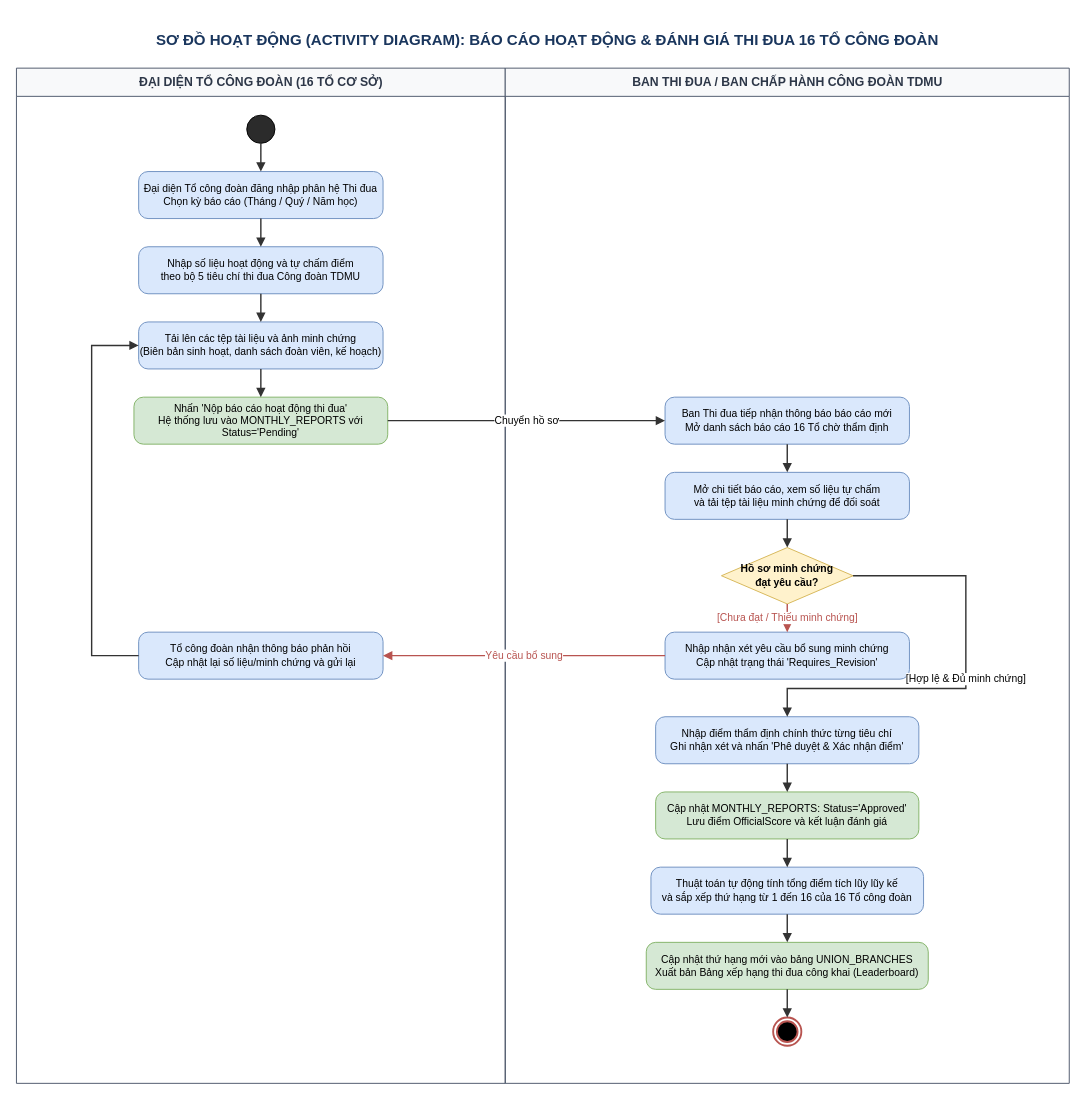
The draw.io diagram docs/diagrams/AD3_Quy_trinh_Thi_dua_16_To.drawio in t5ry7y88889/CongDoanTDMU, before the edit. Source tidied: cells renumbered, new cells numbered last; positions are measured from the earlier drawing's top-left corner, leaving out a move shared by most shapes. Both pictures are drawn from the tidied source at 94%, with x=0, y=0 at pixel (16, 21).
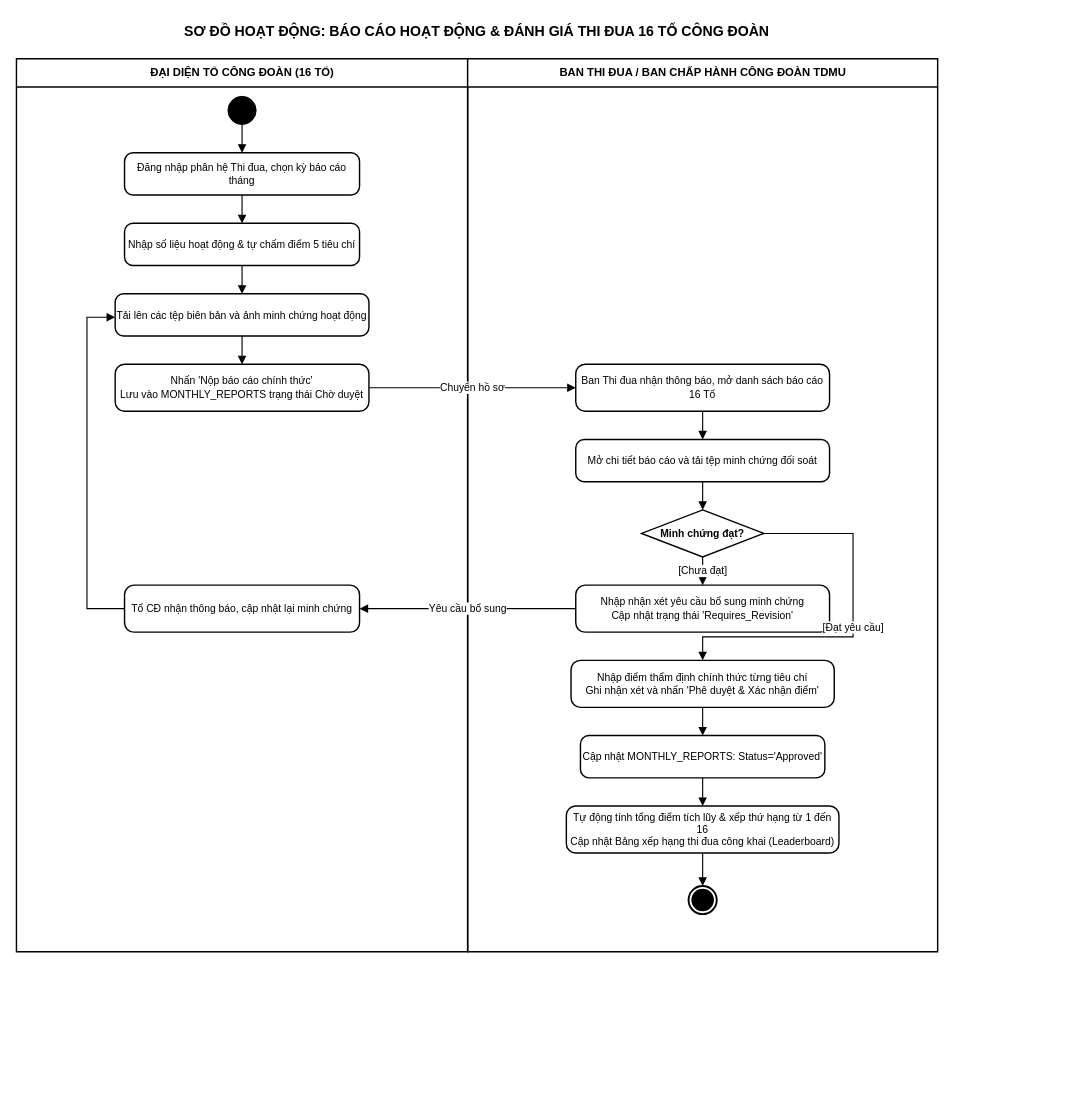
The same diagram, later.

Commit message (it also covers changes not shown here):
docs: chuan hoa 4 so do tuan tu va 4 so do hoat dong sang chuan trang den hoc thuat Draw.io

What changed in the source:
```diff
@@
-    <mxCell id="2" value="SƠ ĐỒ HOẠT ĐỘNG (ACTIVITY DIAGRAM): BÁO CÁO HOẠT ĐỘNG &amp; ĐÁNH GIÁ THI ĐUA 16 TỔ CÔNG ĐOÀN" style="text;html=1;strokeColor=none;fillColor=none;align=center;verticalAlign=middle;whiteSpace=wrap;rounded=0;fontStyle=1;fontSize=16;fontColor=#1a365d;" parent="1" vertex="1">
-      <mxGeometry x="90" width="950" height="40" as="geometry" />
+    <mxCell id="2" value="SƠ ĐỒ HOẠT ĐỘNG: BÁO CÁO HOẠT ĐỘNG &amp; ĐÁNH GIÁ THI ĐUA 16 TỔ CÔNG ĐOÀN" style="text;html=1;strokeColor=none;fillColor=none;align=center;verticalAlign=middle;whiteSpace=wrap;fontStyle=1;fontSize=15;fontColor=#000000;fontFamily=Arial;" parent="1" vertex="1">
+      <mxGeometry x="90" y="-5" width="800" height="30" as="geometry" />
     </mxCell>
-    <mxCell id="3" value="ĐẠI DIỆN TỔ CÔNG ĐOÀN (16 TỔ CƠ SỞ)" style="swimlane;html=1;startSize=30;rounded=0;fillColor=#f8f9fa;strokeColor=#4a5568;fontStyle=1;fontSize=13;fontColor=#2d3748;" parent="1" vertex="1">
-      <mxGeometry y="50" width="520" height="1080" as="geometry" />
+    <mxCell id="3" value="ĐẠI DIỆN TỔ CÔNG ĐOÀN (16 TỔ)" style="swimlane;html=1;startSize=30;rounded=0;fillColor=#ffffff;strokeColor=#000000;strokeWidth=1.5;fontStyle=1;fontSize=12;fontColor=#000000;fontFamily=Arial;" parent="1" vertex="1">
+      <mxGeometry y="40" width="480" height="950" as="geometry" />
     </mxCell>
-    <mxCell id="4" value="BAN THI ĐUA / BAN CHẤP HÀNH CÔNG ĐOÀN TDMU" style="swimlane;html=1;startSize=30;rounded=0;fillColor=#f8f9fa;strokeColor=#4a5568;fontStyle=1;fontSize=13;fontColor=#2d3748;" parent="1" vertex="1">
-      <mxGeometry x="520" y="50" width="600" height="1080" as="geometry" />
+    <mxCell id="4" value="BAN THI ĐUA / BAN CHẤP HÀNH CÔNG ĐOÀN TDMU" style="swimlane;html=1;startSize=30;rounded=0;fillColor=#ffffff;strokeColor=#000000;strokeWidth=1.5;fontStyle=1;fontSize=12;fontColor=#000000;fontFamily=Arial;" parent="1" vertex="1">
+      <mxGeometry x="480" y="40" width="500" height="950" as="geometry" />
     </mxCell>
-    <mxCell id="5" style="ellipse;whiteSpace=wrap;html=1;fillColor=#2b2b2b;strokeColor=#000000;" parent="1" vertex="1">
-      <mxGeometry x="245" y="100" width="30" height="30" as="geometry" />
+    <mxCell id="5" style="ellipse;whiteSpace=wrap;html=1;fillColor=#000000;strokeColor=#000000;" parent="1" vertex="1">
+      <mxGeometry x="225" y="80" width="30" height="30" as="geometry" />
     </mxCell>
-    <mxCell id="6" value="Đại diện Tổ công đoàn đăng nhập phân hệ Thi đua&lt;br&gt;Chọn kỳ báo cáo (Tháng / Quý / Năm học)" style="rounded=1;whiteSpace=wrap;html=1;arcSize=20;fillColor=#dae8fc;strokeColor=#6c8ebf;fontStyle=0;fontSize=11;" parent="1" vertex="1">
-      <mxGeometry x="130" y="160" width="260" height="50" as="geometry" />
+    <mxCell id="6" value="Đăng nhập phân hệ Thi đua, chọn kỳ báo cáo tháng" style="rounded=1;whiteSpace=wrap;html=1;arcSize=20;fillColor=#ffffff;strokeColor=#000000;strokeWidth=1.5;fontStyle=0;fontSize=11;fontColor=#000000;fontFamily=Arial;" parent="1" vertex="1">
+      <mxGeometry x="115" y="140" width="250" height="45" as="geometry" />
     </mxCell>
-    <mxCell id="7" style="edgeStyle=orthogonalEdgeStyle;rounded=0;jettySize=auto;html=1;endArrow=block;endFill=1;strokeWidth=1.5;strokeColor=#333333;fontSize=11;" parent="1" edge="1" source="5" target="6">
+    <mxCell id="7" style="edgeStyle=orthogonalEdgeStyle;rounded=0;jettySize=auto;html=1;endArrow=block;endFill=1;strokeWidth=1.2;strokeColor=#000000;fontSize=11;fontColor=#000000;fontFamily=Arial;" parent="1" edge="1" source="5" target="6">
       <mxGeometry relative="1" as="geometry" />
     </mxCell>
-    <mxCell id="8" value="Nhập số liệu hoạt động và tự chấm điểm&lt;br&gt;theo bộ 5 tiêu chí thi đua Công đoàn TDMU" style="rounded=1;whiteSpace=wrap;html=1;arcSize=20;fillColor=#dae8fc;strokeColor=#6c8ebf;fontStyle=0;fontSize=11;" parent="1" vertex="1">
-      <mxGeometry x="130" y="240" width="260" height="50" as="geometry" />
+    <mxCell id="8" value="Nhập số liệu hoạt động &amp; tự chấm điểm 5 tiêu chí" style="rounded=1;whiteSpace=wrap;html=1;arcSize=20;fillColor=#ffffff;strokeColor=#000000;strokeWidth=1.5;fontStyle=0;fontSize=11;fontColor=#000000;fontFamily=Arial;" parent="1" vertex="1">
+      <mxGeometry x="115" y="215" width="250" height="45" as="geometry" />
     </mxCell>
-    <mxCell id="9" style="edgeStyle=orthogonalEdgeStyle;rounded=0;jettySize=auto;html=1;endArrow=block;endFill=1;strokeWidth=1.5;strokeColor=#333333;fontSize=11;" parent="1" edge="1" source="6" target="8">
+    <mxCell id="9" style="edgeStyle=orthogonalEdgeStyle;rounded=0;jettySize=auto;html=1;endArrow=block;endFill=1;strokeWidth=1.2;strokeColor=#000000;fontSize=11;fontColor=#000000;fontFamily=Arial;" parent="1" edge="1" source="6" target="8">
       <mxGeometry relative="1" as="geometry" />
     </mxCell>
-    <mxCell id="10" value="Tải lên các tệp tài liệu và ảnh minh chứng&lt;br&gt;(Biên bản sinh hoạt, danh sách đoàn viên, kế hoạch)" style="rounded=1;whiteSpace=wrap;html=1;arcSize=20;fillColor=#dae8fc;strokeColor=#6c8ebf;fontStyle=0;fontSize=11;" parent="1" vertex="1">
-      <mxGeometry x="130" y="320" width="260" height="50" as="geometry" />
+    <mxCell id="10" value="Tải lên các tệp biên bản và ảnh minh chứng hoạt động" style="rounded=1;whiteSpace=wrap;html=1;arcSize=20;fillColor=#ffffff;strokeColor=#000000;strokeWidth=1.5;fontStyle=0;fontSize=11;fontColor=#000000;fontFamily=Arial;" parent="1" vertex="1">
+      <mxGeometry x="105" y="290" width="270" height="45" as="geometry" />
     </mxCell>
-    <mxCell id="11" style="edgeStyle=orthogonalEdgeStyle;rounded=0;jettySize=auto;html=1;endArrow=block;endFill=1;strokeWidth=1.5;strokeColor=#333333;fontSize=11;" parent="1" edge="1" source="8" target="10">
+    <mxCell id="11" style="edgeStyle=orthogonalEdgeStyle;rounded=0;jettySize=auto;html=1;endArrow=block;endFill=1;strokeWidth=1.2;strokeColor=#000000;fontSize=11;fontColor=#000000;fontFamily=Arial;" parent="1" edge="1" source="8" target="10">
       <mxGeometry relative="1" as="geometry" />
     </mxCell>
-    <mxCell id="12" value="Nhấn 'Nộp báo cáo hoạt động thi đua'&lt;br&gt;Hệ thống lưu vào MONTHLY_REPORTS với Status='Pending'" style="rounded=1;whiteSpace=wrap;html=1;arcSize=20;fillColor=#d5e8d4;strokeColor=#82b366;fontStyle=0;fontSize=11;" parent="1" vertex="1">
-      <mxGeometry x="125" y="400" width="270" height="50" as="geometry" />
+    <mxCell id="12" value="Nhấn 'Nộp báo cáo chính thức'&#10;Lưu vào MONTHLY_REPORTS trạng thái Chờ duyệt" style="rounded=1;whiteSpace=wrap;html=1;arcSize=20;fillColor=#ffffff;strokeColor=#000000;strokeWidth=1.5;fontStyle=0;fontSize=11;fontColor=#000000;fontFamily=Arial;" parent="1" vertex="1">
+      <mxGeometry x="105" y="365" width="270" height="50" as="geometry" />
     </mxCell>
-    <mxCell id="13" style="edgeStyle=orthogonalEdgeStyle;rounded=0;jettySize=auto;html=1;endArrow=block;endFill=1;strokeWidth=1.5;strokeColor=#333333;fontSize=11;" parent="1" edge="1" source="10" target="12">
+    <mxCell id="13" style="edgeStyle=orthogonalEdgeStyle;rounded=0;jettySize=auto;html=1;endArrow=block;endFill=1;strokeWidth=1.2;strokeColor=#000000;fontSize=11;fontColor=#000000;fontFamily=Arial;" parent="1" edge="1" source="10" target="12">
       <mxGeometry relative="1" as="geometry" />
     </mxCell>
-    <mxCell id="14" value="Ban Thi đua tiếp nhận thông báo báo cáo mới&lt;br&gt;Mở danh sách báo cáo 16 Tổ chờ thẩm định" style="rounded=1;whiteSpace=wrap;html=1;arcSize=20;fillColor=#dae8fc;strokeColor=#6c8ebf;fontStyle=0;fontSize=11;" parent="1" vertex="1">
-      <mxGeometry x="690" y="400" width="260" height="50" as="geometry" />
+    <mxCell id="14" value="Ban Thi đua nhận thông báo, mở danh sách báo cáo 16 Tổ" style="rounded=1;whiteSpace=wrap;html=1;arcSize=20;fillColor=#ffffff;strokeColor=#000000;strokeWidth=1.5;fontStyle=0;fontSize=11;fontColor=#000000;fontFamily=Arial;" parent="1" vertex="1">
+      <mxGeometry x="595" y="365" width="270" height="50" as="geometry" />
     </mxCell>
-    <mxCell id="15" value="Chuyển hồ sơ" style="edgeStyle=orthogonalEdgeStyle;rounded=0;orthogonalLoop=1;jettySize=auto;html=1;endArrow=block;endFill=1;strokeWidth=1.5;strokeColor=#333333;fontSize=11;" parent="1" edge="1">
+    <mxCell id="15" value="Chuyển hồ sơ" style="edgeStyle=orthogonalEdgeStyle;rounded=0;orthogonalLoop=1;jettySize=auto;html=1;endArrow=block;endFill=1;strokeWidth=1.2;strokeColor=#000000;fontSize=11;fontColor=#000000;fontFamily=Arial;" parent="1" edge="1">
       <mxGeometry relative="1" as="geometry">
-        <mxPoint x="395" y="425" as="sourcePoint" />
-        <mxPoint x="690" y="425" as="targetPoint" />
+        <mxPoint x="375" y="390" as="sourcePoint" />
+        <mxPoint x="595" y="390" as="targetPoint" />
       </mxGeometry>
     </mxCell>
-    <mxCell id="16" value="Mở chi tiết báo cáo, xem số liệu tự chấm&lt;br&gt;và tải tệp tài liệu minh chứng để đối soát" style="rounded=1;whiteSpace=wrap;html=1;arcSize=20;fillColor=#dae8fc;strokeColor=#6c8ebf;fontStyle=0;fontSize=11;" parent="1" vertex="1">
-      <mxGeometry x="690" y="480" width="260" height="50" as="geometry" />
+    <mxCell id="16" value="Mở chi tiết báo cáo và tải tệp minh chứng đối soát" style="rounded=1;whiteSpace=wrap;html=1;arcSize=20;fillColor=#ffffff;strokeColor=#000000;strokeWidth=1.5;fontStyle=0;fontSize=11;fontColor=#000000;fontFamily=Arial;" parent="1" vertex="1">
+      <mxGeometry x="595" y="445" width="270" height="45" as="geometry" />
     </mxCell>
-    <mxCell id="17" style="edgeStyle=orthogonalEdgeStyle;rounded=0;jettySize=auto;html=1;endArrow=block;endFill=1;strokeWidth=1.5;strokeColor=#333333;fontSize=11;" parent="1" edge="1" source="14" target="16">
+    <mxCell id="17" style="edgeStyle=orthogonalEdgeStyle;rounded=0;jettySize=auto;html=1;endArrow=block;endFill=1;strokeWidth=1.2;strokeColor=#000000;fontSize=11;fontColor=#000000;fontFamily=Arial;" parent="1" edge="1" source="14" target="16">
       <mxGeometry relative="1" as="geometry" />
     </mxCell>
-    <mxCell id="18" value="Hồ sơ minh chứng&lt;br&gt;đạt yêu cầu?" style="rhombus;whiteSpace=wrap;html=1;fillColor=#fff2cc;strokeColor=#d6b656;fontStyle=1;fontSize=11;" parent="1" vertex="1">
-      <mxGeometry x="750" y="560" width="140" height="60" as="geometry" />
+    <mxCell id="18" value="Minh chứng đạt?" style="rhombus;whiteSpace=wrap;html=1;fillColor=#ffffff;strokeColor=#000000;strokeWidth=1.5;fontStyle=1;fontSize=11;fontColor=#000000;fontFamily=Arial;" parent="1" vertex="1">
+      <mxGeometry x="665" y="520" width="130" height="50" as="geometry" />
     </mxCell>
-    <mxCell id="19" style="edgeStyle=orthogonalEdgeStyle;rounded=0;jettySize=auto;html=1;endArrow=block;endFill=1;strokeWidth=1.5;strokeColor=#333333;fontSize=11;" parent="1" edge="1" source="16" target="18">
+    <mxCell id="19" style="edgeStyle=orthogonalEdgeStyle;rounded=0;jettySize=auto;html=1;endArrow=block;endFill=1;strokeWidth=1.2;strokeColor=#000000;fontSize=11;fontColor=#000000;fontFamily=Arial;" parent="1" edge="1" source="16" target="18">
       <mxGeometry relative="1" as="geometry" />
     </mxCell>
-    <mxCell id="20" value="Nhập nhận xét yêu cầu bổ sung minh chứng&lt;br&gt;Cập nhật trạng thái 'Requires_Revision'" style="rounded=1;whiteSpace=wrap;html=1;arcSize=20;fillColor=#dae8fc;strokeColor=#6c8ebf;fontStyle=0;fontSize=11;" parent="1" vertex="1">
-      <mxGeometry x="690" y="650" width="260" height="50" as="geometry" />
+    <mxCell id="20" value="Nhập nhận xét yêu cầu bổ sung minh chứng&#10;Cập nhật trạng thái 'Requires_Revision'" style="rounded=1;whiteSpace=wrap;html=1;arcSize=20;fillColor=#ffffff;strokeColor=#000000;strokeWidth=1.5;fontStyle=0;fontSize=11;fontColor=#000000;fontFamily=Arial;" parent="1" vertex="1">
+      <mxGeometry x="595" y="600" width="270" height="50" as="geometry" />
     </mxCell>
-    <mxCell id="21" value="[Chưa đạt / Thiếu minh chứng]" style="edgeStyle=orthogonalEdgeStyle;rounded=0;jettySize=auto;html=1;endArrow=block;endFill=1;strokeWidth=1.5;strokeColor=#b85450;fontColor=#b85450;fontSize=11;" parent="1" edge="1" source="18" target="20">
+    <mxCell id="21" value="[Chưa đạt]" style="edgeStyle=orthogonalEdgeStyle;rounded=0;jettySize=auto;html=1;endArrow=block;endFill=1;strokeWidth=1.2;strokeColor=#000000;fontSize=11;fontColor=#000000;fontFamily=Arial;" parent="1" edge="1" source="18" target="20">
       <mxGeometry relative="1" as="geometry" />
     </mxCell>
-    <mxCell id="22" value="Tổ công đoàn nhận thông báo phản hồi&lt;br&gt;Cập nhật lại số liệu/minh chứng và gửi lại" style="rounded=1;whiteSpace=wrap;html=1;arcSize=20;fillColor=#dae8fc;strokeColor=#6c8ebf;fontStyle=0;fontSize=11;" parent="1" vertex="1">
-      <mxGeometry x="130" y="650" width="260" height="50" as="geometry" />
+    <mxCell id="22" value="Tổ CĐ nhận thông báo, cập nhật lại minh chứng" style="rounded=1;whiteSpace=wrap;html=1;arcSize=20;fillColor=#ffffff;strokeColor=#000000;strokeWidth=1.5;fontStyle=0;fontSize=11;fontColor=#000000;fontFamily=Arial;" parent="1" vertex="1">
+      <mxGeometry x="115" y="600" width="250" height="50" as="geometry" />
     </mxCell>
-    <mxCell id="23" value="Yêu cầu bổ sung" style="edgeStyle=orthogonalEdgeStyle;rounded=0;orthogonalLoop=1;jettySize=auto;html=1;endArrow=block;endFill=1;strokeWidth=1.5;strokeColor=#b85450;fontColor=#b85450;fontSize=11;" parent="1" edge="1">
+    <mxCell id="23" value="Yêu cầu bổ sung" style="edgeStyle=orthogonalEdgeStyle;rounded=0;orthogonalLoop=1;jettySize=auto;html=1;endArrow=block;endFill=1;strokeWidth=1.2;strokeColor=#000000;fontSize=11;fontColor=#000000;fontFamily=Arial;" parent="1" edge="1">
       <mxGeometry relative="1" as="geometry">
-        <mxPoint x="690" y="675" as="sourcePoint" />
-        <mxPoint x="390" y="675" as="targetPoint" />
+        <mxPoint x="595" y="625" as="sourcePoint" />
+        <mxPoint x="365" y="625" as="targetPoint" />
       </mxGeometry>
     </mxCell>
-    <mxCell id="24" style="edgeStyle=orthogonalEdgeStyle;rounded=0;orthogonalLoop=1;jettySize=auto;html=1;endArrow=block;endFill=1;strokeWidth=1.5;strokeColor=#333333;fontSize=11;" parent="1" edge="1">
+    <mxCell id="24" style="edgeStyle=orthogonalEdgeStyle;rounded=0;orthogonalLoop=1;jettySize=auto;html=1;endArrow=block;endFill=1;strokeWidth=1.2;strokeColor=#000000;fontSize=11;fontColor=#000000;fontFamily=Arial;" parent="1" edge="1">
       <mxGeometry relative="1" as="geometry">
-        <mxPoint x="130" y="675" as="sourcePoint" />
-        <mxPoint x="130" y="345" as="targetPoint" />
+        <mxPoint x="115" y="625" as="sourcePoint" />
+        <mxPoint x="105" y="315" as="targetPoint" />
         <Array as="points">
-          <mxPoint x="80" y="675" />
-          <mxPoint x="80" y="345" />
+          <mxPoint x="75" y="625" />
+          <mxPoint x="75" y="315" />
         </Array>
       </mxGeometry>
     </mxCell>
-    <mxCell id="25" value="Nhập điểm thẩm định chính thức từng tiêu chí&lt;br&gt;Ghi nhận xét và nhấn 'Phê duyệt &amp; Xác nhận điểm'" style="rounded=1;whiteSpace=wrap;html=1;arcSize=20;fillColor=#dae8fc;strokeColor=#6c8ebf;fontStyle=0;fontSize=11;" parent="1" vertex="1">
-      <mxGeometry x="680" y="740" width="280" height="50" as="geometry" />
+    <mxCell id="25" value="Nhập điểm thẩm định chính thức từng tiêu chí&#10;Ghi nhận xét và nhấn 'Phê duyệt &amp; Xác nhận điểm'" style="rounded=1;whiteSpace=wrap;html=1;arcSize=20;fillColor=#ffffff;strokeColor=#000000;strokeWidth=1.5;fontStyle=0;fontSize=11;fontColor=#000000;fontFamily=Arial;" parent="1" vertex="1">
+      <mxGeometry x="590" y="680" width="280" height="50" as="geometry" />
     </mxCell>
-    <mxCell id="26" value="[Hợp lệ &amp; Đủ minh chứng]" style="edgeStyle=orthogonalEdgeStyle;rounded=0;orthogonalLoop=1;jettySize=auto;html=1;endArrow=block;endFill=1;strokeWidth=1.5;strokeColor=#333333;fontSize=11;" parent="1" edge="1">
+    <mxCell id="26" value="[Đạt yêu cầu]" style="edgeStyle=orthogonalEdgeStyle;rounded=0;orthogonalLoop=1;jettySize=auto;html=1;endArrow=block;endFill=1;strokeWidth=1.2;strokeColor=#000000;fontSize=11;fontColor=#000000;fontFamily=Arial;" parent="1" edge="1">
       <mxGeometry relative="1" as="geometry">
-        <mxPoint x="890" y="590" as="sourcePoint" />
-        <mxPoint x="820" y="740" as="targetPoint" />
+        <mxPoint x="795" y="545" as="sourcePoint" />
+        <mxPoint x="730" y="680" as="targetPoint" />
         <Array as="points">
-          <mxPoint x="1010" y="590" />
-          <mxPoint x="1010" y="710" />
-          <mxPoint x="820" y="710" />
+          <mxPoint x="890" y="545" />
+          <mxPoint x="890" y="655" />
+          <mxPoint x="730" y="655" />
         </Array>
       </mxGeometry>
     </mxCell>
-    <mxCell id="27" value="Cập nhật MONTHLY_REPORTS: Status='Approved'&lt;br&gt;Lưu điểm OfficialScore và kết luận đánh giá" style="rounded=1;whiteSpace=wrap;html=1;arcSize=20;fillColor=#d5e8d4;strokeColor=#82b366;fontStyle=0;fontSize=11;" parent="1" vertex="1">
-      <mxGeometry x="680" y="820" width="280" height="50" as="geometry" />
+    <mxCell id="27" value="Cập nhật MONTHLY_REPORTS: Status='Approved'" style="rounded=1;whiteSpace=wrap;html=1;arcSize=20;fillColor=#ffffff;strokeColor=#000000;strokeWidth=1.5;fontStyle=0;fontSize=11;fontColor=#000000;fontFamily=Arial;" parent="1" vertex="1">
+      <mxGeometry x="600" y="760" width="260" height="45" as="geometry" />
     </mxCell>
-    <mxCell id="28" style="edgeStyle=orthogonalEdgeStyle;rounded=0;jettySize=auto;html=1;endArrow=block;endFill=1;strokeWidth=1.5;strokeColor=#333333;fontSize=11;" parent="1" edge="1" source="25" target="27">
+    <mxCell id="28" style="edgeStyle=orthogonalEdgeStyle;rounded=0;jettySize=auto;html=1;endArrow=block;endFill=1;strokeWidth=1.2;strokeColor=#000000;fontSize=11;fontColor=#000000;fontFamily=Arial;" parent="1" edge="1" source="25" target="27">
       <mxGeometry relative="1" as="geometry" />
     </mxCell>
-    <mxCell id="29" value="Thuật toán tự động tính tổng điểm tích lũy lũy kế&lt;br&gt;và sắp xếp thứ hạng từ 1 đến 16 của 16 Tổ công đoàn" style="rounded=1;whiteSpace=wrap;html=1;arcSize=20;fillColor=#dae8fc;strokeColor=#6c8ebf;fontStyle=0;fontSize=11;" parent="1" vertex="1">
-      <mxGeometry x="675" y="900" width="290" height="50" as="geometry" />
+    <mxCell id="29" value="Tự động tính tổng điểm tích lũy &amp; xếp thứ hạng từ 1 đến 16&#10;Cập nhật Bảng xếp hạng thi đua công khai (Leaderboard)" style="rounded=1;whiteSpace=wrap;html=1;arcSize=20;fillColor=#ffffff;strokeColor=#000000;strokeWidth=1.5;fontStyle=0;fontSize=11;fontColor=#000000;fontFamily=Arial;" parent="1" vertex="1">
+      <mxGeometry x="585" y="835" width="290" height="50" as="geometry" />
     </mxCell>
-    <mxCell id="30" style="edgeStyle=orthogonalEdgeStyle;rounded=0;jettySize=auto;html=1;endArrow=block;endFill=1;strokeWidth=1.5;strokeColor=#333333;fontSize=11;" parent="1" edge="1" source="27" target="29">
+    <mxCell id="30" style="edgeStyle=orthogonalEdgeStyle;rounded=0;jettySize=auto;html=1;endArrow=block;endFill=1;strokeWidth=1.2;strokeColor=#000000;fontSize=11;fontColor=#000000;fontFamily=Arial;" parent="1" edge="1" source="27" target="29">
       <mxGeometry relative="1" as="geometry" />
     </mxCell>
-    <mxCell id="31" value="Cập nhật thứ hạng mới vào bảng UNION_BRANCHES&lt;br&gt;Xuất bản Bảng xếp hạng thi đua công khai (Leaderboard)" style="rounded=1;whiteSpace=wrap;html=1;arcSize=20;fillColor=#d5e8d4;strokeColor=#82b366;fontStyle=0;fontSize=11;" parent="1" vertex="1">
-      <mxGeometry x="670" y="980" width="300" height="50" as="geometry" />
+    <mxCell id="31" style="ellipse;html=1;shape=endState;fillColor=#000000;strokeColor=#000000;strokeWidth=2;" parent="1" vertex="1">
+      <mxGeometry x="715" y="920" width="30" height="30" as="geometry" />
     </mxCell>
-    <mxCell id="32" style="edgeStyle=orthogonalEdgeStyle;rounded=0;jettySize=auto;html=1;endArrow=block;endFill=1;strokeWidth=1.5;strokeColor=#333333;fontSize=11;" parent="1" edge="1" source="29" target="31">
+    <mxCell id="32" style="edgeStyle=orthogonalEdgeStyle;rounded=0;jettySize=auto;html=1;endArrow=block;endFill=1;strokeWidth=1.2;strokeColor=#000000;fontSize=11;fontColor=#000000;fontFamily=Arial;" parent="1" edge="1" source="29" target="31">
       <mxGeometry relative="1" as="geometry" />
     </mxCell>
-    <mxCell id="33" style="ellipse;html=1;shape=endState;fillColor=#000000;strokeColor=#b85450;strokeWidth=2;" parent="1" vertex="1">
-      <mxGeometry x="805" y="1060" width="30" height="30" as="geometry" />
-    </mxCell>
-    <mxCell id="34" style="edgeStyle=orthogonalEdgeStyle;rounded=0;jettySize=auto;html=1;endArrow=block;endFill=1;strokeWidth=1.5;strokeColor=#333333;fontSize=11;" parent="1" edge="1" source="31" target="33">
-      <mxGeometry relative="1" as="geometry" />
-    </mxCell>
```
